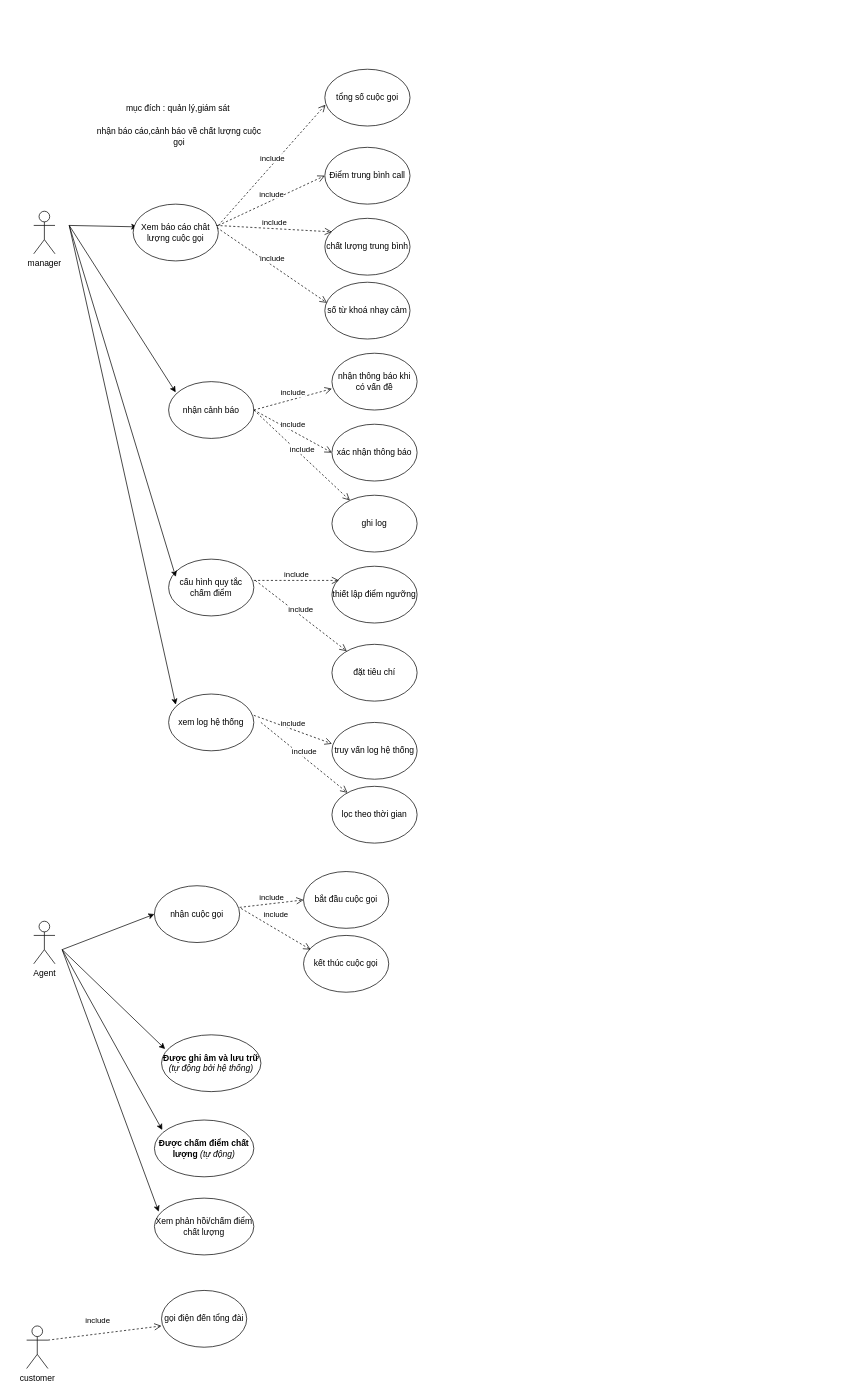
Earlier version of the draw.io diagram usecasecalldesk.drawio (vuongnd03/black-had). Source tidied: cells renumbered, new cells numbered last; positions are measured from the earlier drawing's top-left corner, leaving out a move shared by most shapes. Both pictures are drawn from the tidied source at 71%, with x=0, y=0 at pixel (26, 69).
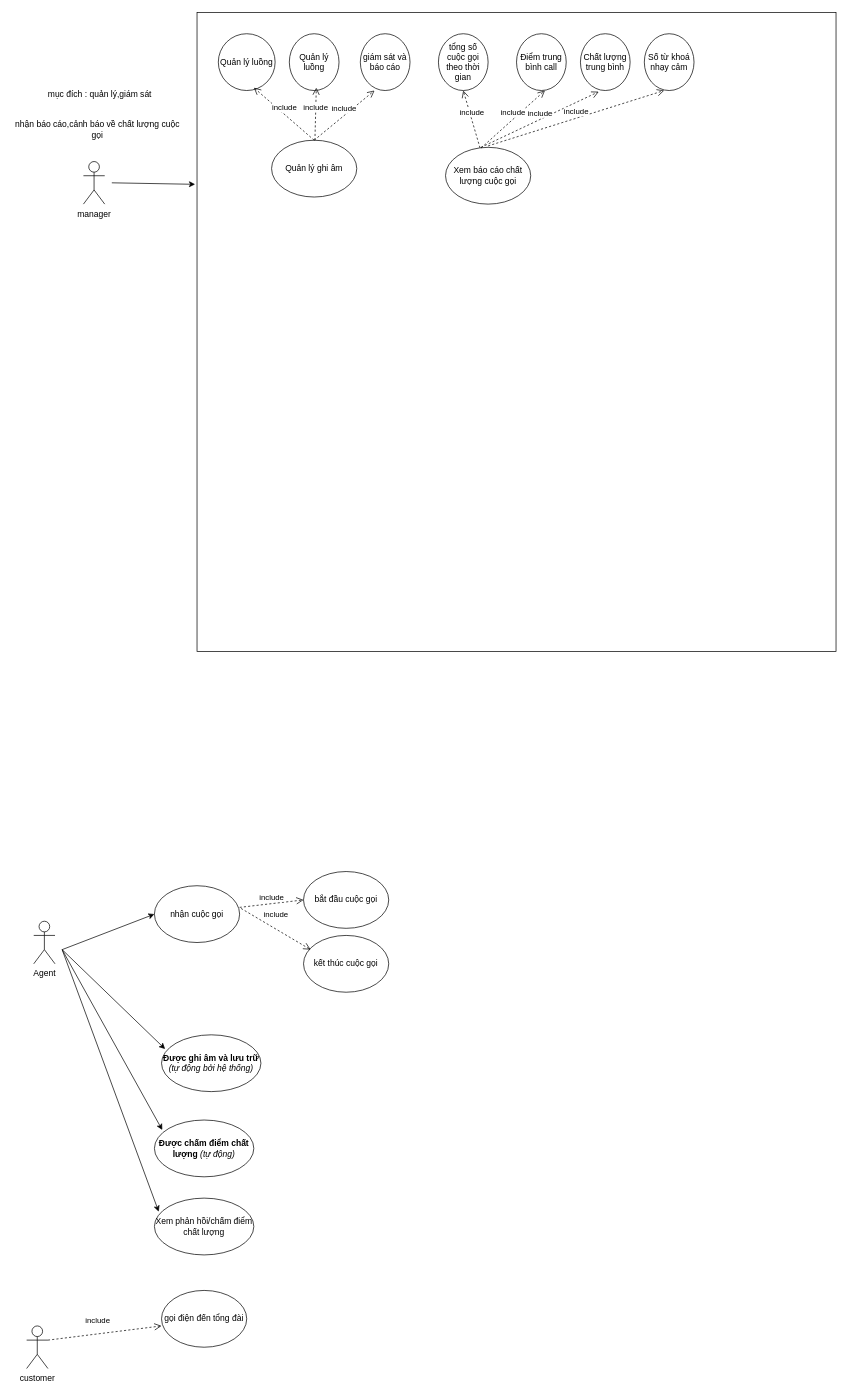
The same diagram, later.

Change to the diagram source:
```diff
@@
     <mxCell id="2" value="manager" style="shape=umlActor;verticalLabelPosition=bottom;verticalAlign=top;html=1;" parent="1" vertex="1">
-      <mxGeometry x="10" y="200" width="30" height="60" as="geometry" />
+      <mxGeometry x="80" y="130" width="30" height="60" as="geometry" />
     </mxCell>
-    <mxCell id="3" style="endArrow=classic;html=1;rounded=0;entryX=0.05;entryY=0.4;entryDx=0;entryDy=0;entryPerimeter=0;" parent="1" edge="1" target="6">
-      <mxGeometry relative="1" as="geometry">
-        <mxPoint x="60" y="220" as="sourcePoint" />
-      </mxGeometry>
-    </mxCell>
     <mxCell id="4" value="mục đích : quản lý,giám sát&amp;nbsp;" style="text;html=1;align=center;verticalAlign=middle;whiteSpace=wrap;rounded=0;" parent="1" vertex="1">
-      <mxGeometry x="90" y="40" width="250" height="30" as="geometry" />
+      <mxGeometry x="-20" y="20" width="250" height="30" as="geometry" />
     </mxCell>
     <mxCell id="5" value="nhận báo cáo,cảnh báo về chất lượng cuộc gọi" style="text;html=1;align=center;verticalAlign=middle;whiteSpace=wrap;rounded=0;" parent="1" vertex="1">
-      <mxGeometry x="95" y="80" width="240" height="30" as="geometry" />
+      <mxGeometry x="-20" y="70" width="240" height="30" as="geometry" />
     </mxCell>
-    <mxCell id="6" value="Xem báo cáo chât lượng cuộc gọi" style="ellipse;whiteSpace=wrap;html=1;" parent="1" vertex="1">
-      <mxGeometry x="150" y="190" width="120" height="80" as="geometry" />
-    </mxCell>
-    <mxCell id="7" value="tổng số cuộc gọi" style="ellipse;whiteSpace=wrap;html=1;" parent="1" vertex="1">
-      <mxGeometry x="420" width="120" height="80" as="geometry" />
-    </mxCell>
-    <mxCell id="8" value="Điểm trung bình call" style="ellipse;whiteSpace=wrap;html=1;" parent="1" vertex="1">
-      <mxGeometry x="420" y="110" width="120" height="80" as="geometry" />
-    </mxCell>
-    <mxCell id="9" value="chất lượng trung bình" style="ellipse;whiteSpace=wrap;html=1;" parent="1" vertex="1">
-      <mxGeometry x="420" y="210" width="120" height="80" as="geometry" />
-    </mxCell>
-    <mxCell id="10" value="số từ khoá nhạy cảm" style="ellipse;whiteSpace=wrap;html=1;" parent="1" vertex="1">
-      <mxGeometry x="420" y="300" width="120" height="80" as="geometry" />
-    </mxCell>
-    <mxCell id="11" value="nhận cảnh báo" style="ellipse;whiteSpace=wrap;html=1;" parent="1" vertex="1">
-      <mxGeometry x="200" y="440" width="120" height="80" as="geometry" />
-    </mxCell>
-    <mxCell id="12" style="endArrow=classic;html=1;rounded=0;entryX=0.083;entryY=0.188;entryDx=0;entryDy=0;entryPerimeter=0;" parent="1" edge="1" target="11">
-      <mxGeometry relative="1" as="geometry">
-        <mxPoint x="60" y="220" as="sourcePoint" />
-      </mxGeometry>
-    </mxCell>
-    <mxCell id="13" value="nhận thông báo khi có vấn đề" style="ellipse;whiteSpace=wrap;html=1;" parent="1" vertex="1">
-      <mxGeometry x="430" y="400" width="120" height="80" as="geometry" />
-    </mxCell>
-    <mxCell id="14" value="xác nhận thông báo" style="ellipse;whiteSpace=wrap;html=1;" parent="1" vertex="1">
-      <mxGeometry x="430" y="500" width="120" height="80" as="geometry" />
-    </mxCell>
-    <mxCell id="15" value="ghi log" style="ellipse;whiteSpace=wrap;html=1;" parent="1" vertex="1">
-      <mxGeometry x="430" y="600" width="120" height="80" as="geometry" />
-    </mxCell>
-    <mxCell id="16" value="include" style="html=1;verticalAlign=bottom;endArrow=open;dashed=1;endSize=8;curved=0;rounded=0;entryX=0;entryY=0.5;entryDx=0;entryDy=0;exitX=1;exitY=0.5;exitDx=0;exitDy=0;" parent="1" edge="1" source="11" target="14">
-      <mxGeometry relative="1" as="geometry" />
-    </mxCell>
-    <mxCell id="17" value="include" style="html=1;verticalAlign=bottom;endArrow=open;dashed=1;endSize=8;curved=0;rounded=0;entryX=0;entryY=0.625;entryDx=0;entryDy=0;exitX=1;exitY=0.5;exitDx=0;exitDy=0;entryPerimeter=0;" parent="1" edge="1" source="11" target="13">
-      <mxGeometry relative="1" as="geometry" />
-    </mxCell>
-    <mxCell id="18" value="include" style="html=1;verticalAlign=bottom;endArrow=open;dashed=1;endSize=8;curved=0;rounded=0;" parent="1" edge="1" target="15">
-      <mxGeometry relative="1" as="geometry">
-        <mxPoint x="320" y="480" as="sourcePoint" />
-      </mxGeometry>
-    </mxCell>
-    <mxCell id="19" value="include" style="html=1;verticalAlign=bottom;endArrow=open;dashed=1;endSize=8;curved=0;rounded=0;entryX=0;entryY=0.625;entryDx=0;entryDy=0;entryPerimeter=0;" parent="1" edge="1">
-      <mxGeometry relative="1" as="geometry">
-        <mxPoint x="270" y="220" as="sourcePoint" />
-        <mxPoint x="420" y="150" as="targetPoint" />
-      </mxGeometry>
-    </mxCell>
-    <mxCell id="20" value="include" style="html=1;verticalAlign=bottom;endArrow=open;dashed=1;endSize=8;curved=0;rounded=0;entryX=0.083;entryY=0.238;entryDx=0;entryDy=0;entryPerimeter=0;exitX=0.975;exitY=0.375;exitDx=0;exitDy=0;exitPerimeter=0;" parent="1" edge="1" source="6" target="9">
-      <mxGeometry relative="1" as="geometry" />
-    </mxCell>
-    <mxCell id="21" value="include" style="html=1;verticalAlign=bottom;endArrow=open;dashed=1;endSize=8;curved=0;rounded=0;entryX=0.083;entryY=0.238;entryDx=0;entryDy=0;entryPerimeter=0;exitX=0.983;exitY=0.413;exitDx=0;exitDy=0;exitPerimeter=0;" parent="1" edge="1" source="6">
-      <mxGeometry relative="1" as="geometry">
-        <mxPoint x="423" y="329" as="targetPoint" />
-      </mxGeometry>
-    </mxCell>
-    <mxCell id="22" value="cấu hình quy tắc chấm điểm" style="ellipse;whiteSpace=wrap;html=1;" parent="1" vertex="1">
-      <mxGeometry x="200" y="690" width="120" height="80" as="geometry" />
-    </mxCell>
-    <mxCell id="23" style="endArrow=classic;html=1;rounded=0;entryX=0.083;entryY=0.188;entryDx=0;entryDy=0;entryPerimeter=0;" parent="1" edge="1">
-      <mxGeometry relative="1" as="geometry">
-        <mxPoint x="60" y="220" as="sourcePoint" />
-        <mxPoint x="210" y="715" as="targetPoint" />
-      </mxGeometry>
-    </mxCell>
-    <mxCell id="24" value="thiết lập điểm ngưỡng" style="ellipse;whiteSpace=wrap;html=1;" parent="1" vertex="1">
-      <mxGeometry x="430" y="700" width="120" height="80" as="geometry" />
-    </mxCell>
-    <mxCell id="25" value="include" style="html=1;verticalAlign=bottom;endArrow=open;dashed=1;endSize=8;curved=0;rounded=0;entryX=0.083;entryY=0.25;entryDx=0;entryDy=0;exitX=1;exitY=0.5;exitDx=0;exitDy=0;entryPerimeter=0;" parent="1" edge="1" target="24">
-      <mxGeometry relative="1" as="geometry">
-        <mxPoint x="320" y="720" as="sourcePoint" />
-      </mxGeometry>
-    </mxCell>
-    <mxCell id="26" value="đặt tiêu chí" style="ellipse;whiteSpace=wrap;html=1;" parent="1" vertex="1">
-      <mxGeometry x="430" y="810" width="120" height="80" as="geometry" />
-    </mxCell>
-    <mxCell id="27" value="include" style="html=1;verticalAlign=bottom;endArrow=open;dashed=1;endSize=8;curved=0;rounded=0;exitX=1.017;exitY=0.375;exitDx=0;exitDy=0;exitPerimeter=0;" parent="1" edge="1" source="22" target="26">
-      <mxGeometry relative="1" as="geometry" />
-    </mxCell>
-    <mxCell id="28" value="include" style="html=1;verticalAlign=bottom;endArrow=open;dashed=1;endSize=8;curved=0;rounded=0;entryX=0.008;entryY=0.625;entryDx=0;entryDy=0;entryPerimeter=0;exitX=1;exitY=0.375;exitDx=0;exitDy=0;exitPerimeter=0;" parent="1" edge="1" source="6" target="7">
-      <mxGeometry relative="1" as="geometry" />
-    </mxCell>
-    <mxCell id="29" value="xem log hệ thống" style="ellipse;whiteSpace=wrap;html=1;" parent="1" vertex="1">
-      <mxGeometry x="200" y="880" width="120" height="80" as="geometry" />
-    </mxCell>
-    <mxCell id="30" style="endArrow=classic;html=1;rounded=0;entryX=0.083;entryY=0.188;entryDx=0;entryDy=0;entryPerimeter=0;" parent="1" edge="1">
-      <mxGeometry relative="1" as="geometry">
-        <mxPoint x="60" y="220" as="sourcePoint" />
-        <mxPoint x="210" y="895" as="targetPoint" />
-      </mxGeometry>
-    </mxCell>
-    <mxCell id="31" value="truy vấn log hệ thống" style="ellipse;whiteSpace=wrap;html=1;" parent="1" vertex="1">
-      <mxGeometry x="430" y="920" width="120" height="80" as="geometry" />
-    </mxCell>
-    <mxCell id="32" value="include" style="html=1;verticalAlign=bottom;endArrow=open;dashed=1;endSize=8;curved=0;rounded=0;exitX=1.017;exitY=0.375;exitDx=0;exitDy=0;exitPerimeter=0;entryX=0;entryY=0.375;entryDx=0;entryDy=0;entryPerimeter=0;" parent="1" edge="1" target="31">
-      <mxGeometry relative="1" as="geometry">
-        <mxPoint x="320" y="910" as="sourcePoint" />
-      </mxGeometry>
-    </mxCell>
-    <mxCell id="33" value="lọc theo thời gian" style="ellipse;whiteSpace=wrap;html=1;" parent="1" vertex="1">
-      <mxGeometry x="430" y="1010" width="120" height="80" as="geometry" />
-    </mxCell>
-    <mxCell id="34" value="include" style="html=1;verticalAlign=bottom;endArrow=open;dashed=1;endSize=8;curved=0;rounded=0;" parent="1" edge="1" target="33">
-      <mxGeometry relative="1" as="geometry">
-        <mxPoint x="330" y="920" as="sourcePoint" />
-      </mxGeometry>
-    </mxCell>
@@
+    <mxCell id="51" style="whiteSpace=wrap;html=1;" parent="1" vertex="1">
+      <mxGeometry x="240" y="-80" width="900" height="900" as="geometry" />
+    </mxCell>
+    <mxCell id="52" style="endArrow=classic;html=1;rounded=0;entryX=-0.003;entryY=0.269;entryDx=0;entryDy=0;entryPerimeter=0;" parent="1" edge="1" target="51">
+      <mxGeometry relative="1" as="geometry">
+        <mxPoint x="120" y="160" as="sourcePoint" />
+      </mxGeometry>
+    </mxCell>
+    <mxCell id="53" value="Quản lý luồng" style="ellipse;whiteSpace=wrap;html=1;" parent="1" vertex="1">
+      <mxGeometry x="270" y="-50" width="80" height="80" as="geometry" />
+    </mxCell>
+    <mxCell id="54" value="Quản lý luồng" style="ellipse;whiteSpace=wrap;html=1;" parent="1" vertex="1">
+      <mxGeometry x="370" y="-50" width="70" height="80" as="geometry" />
+    </mxCell>
+    <mxCell id="55" value="giám sát và báo cáo" style="ellipse;whiteSpace=wrap;html=1;" parent="1" vertex="1">
+      <mxGeometry x="470" y="-50" width="70" height="80" as="geometry" />
+    </mxCell>
+    <mxCell id="56" value="Quản lý ghi âm" style="ellipse;whiteSpace=wrap;html=1;" parent="1" vertex="1">
+      <mxGeometry x="345" y="100" width="120" height="80" as="geometry" />
+    </mxCell>
+    <mxCell id="57" value="include" style="html=1;verticalAlign=bottom;endArrow=open;dashed=1;endSize=8;curved=0;rounded=0;exitX=0.5;exitY=0;exitDx=0;exitDy=0;" parent="1" edge="1" source="56">
+      <mxGeometry relative="1" as="geometry">
+        <mxPoint x="490" y="30" as="targetPoint" />
+      </mxGeometry>
+    </mxCell>
+    <mxCell id="58" value="include" style="html=1;verticalAlign=bottom;endArrow=open;dashed=1;endSize=8;curved=0;rounded=0;" parent="1" edge="1" source="56">
+      <mxGeometry relative="1" as="geometry">
+        <mxPoint x="408" y="26" as="targetPoint" />
+      </mxGeometry>
+    </mxCell>
+    <mxCell id="59" value="include" style="html=1;verticalAlign=bottom;endArrow=open;dashed=1;endSize=8;curved=0;rounded=0;exitX=0.5;exitY=0;exitDx=0;exitDy=0;" parent="1" edge="1" source="56">
+      <mxGeometry relative="1" as="geometry">
+        <mxPoint x="320" y="26" as="targetPoint" />
+      </mxGeometry>
+    </mxCell>
+    <mxCell id="60" value="Xem báo cáo chất lượng cuộc gọi" style="ellipse;whiteSpace=wrap;html=1;" parent="1" vertex="1">
+      <mxGeometry x="590" y="110" width="120" height="80" as="geometry" />
+    </mxCell>
+    <mxCell id="61" value="tổng số cuộc gọi theo thời gian" style="ellipse;whiteSpace=wrap;html=1;" parent="1" vertex="1">
+      <mxGeometry x="580" y="-50" width="70" height="80" as="geometry" />
+    </mxCell>
+    <mxCell id="8" value="Điểm trung bình call" style="ellipse;whiteSpace=wrap;html=1;" parent="1" vertex="1">
+      <mxGeometry x="690" y="-50" width="70" height="80" as="geometry" />
+    </mxCell>
+    <mxCell id="62" value="Chất lượng trung bình" style="ellipse;whiteSpace=wrap;html=1;" parent="1" vertex="1">
+      <mxGeometry x="780" y="-50" width="70" height="80" as="geometry" />
+    </mxCell>
+    <mxCell id="63" value="include" style="html=1;verticalAlign=bottom;endArrow=open;dashed=1;endSize=8;curved=0;rounded=0;" parent="1" edge="1" source="60">
+      <mxGeometry relative="1" as="geometry">
+        <mxPoint x="615" y="30" as="targetPoint" />
+      </mxGeometry>
+    </mxCell>
+    <mxCell id="64" value="include" style="html=1;verticalAlign=bottom;endArrow=open;dashed=1;endSize=8;curved=0;rounded=0;exitX=0.417;exitY=0.013;exitDx=0;exitDy=0;exitPerimeter=0;" parent="1" edge="1" source="60">
+      <mxGeometry relative="1" as="geometry">
+        <mxPoint x="730" y="30" as="targetPoint" />
+      </mxGeometry>
+    </mxCell>
+    <mxCell id="65" value="include" style="html=1;verticalAlign=bottom;endArrow=open;dashed=1;endSize=8;curved=0;rounded=0;entryX=0.369;entryY=1.021;entryDx=0;entryDy=0;entryPerimeter=0;" parent="1" edge="1" target="62">
+      <mxGeometry relative="1" as="geometry">
+        <mxPoint x="640" y="110" as="sourcePoint" />
+      </mxGeometry>
+    </mxCell>
+    <mxCell id="66" value="Số từ khoá nhạy cảm" style="ellipse;whiteSpace=wrap;html=1;" parent="1" vertex="1">
+      <mxGeometry x="870" y="-50" width="70" height="80" as="geometry" />
+    </mxCell>
+    <mxCell id="67" value="include" style="html=1;verticalAlign=bottom;endArrow=open;dashed=1;endSize=8;curved=0;rounded=0;entryX=0.369;entryY=1.021;entryDx=0;entryDy=0;entryPerimeter=0;" parent="1" edge="1">
+      <mxGeometry relative="1" as="geometry">
+        <mxPoint x="650" y="108" as="sourcePoint" />
+        <mxPoint x="898" y="30" as="targetPoint" />
+      </mxGeometry>
+    </mxCell>
```
